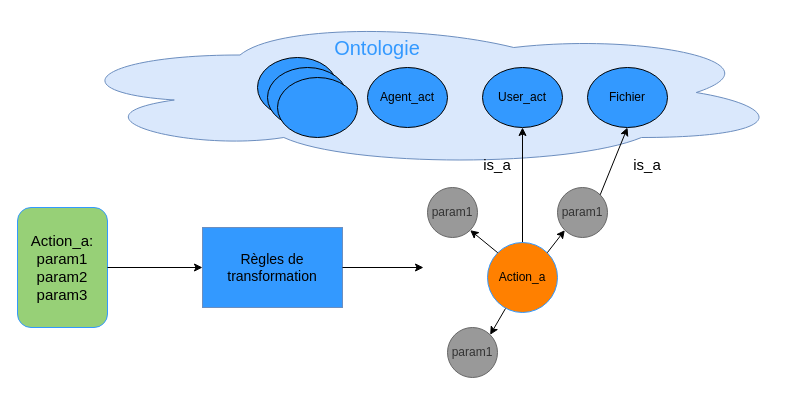
This is images/Conception/DM/abstract_onto.drawio from Wissben/Master-Thesis, a draw.io file, before an edit. Source tidied: cells renumbered, new cells numbered last; positions are measured from the earlier drawing's top-left corner, leaving out a move shared by most shapes. Both pictures are drawn from the tidied source at 100%, with x=0, y=0 at pixel (17, 17).
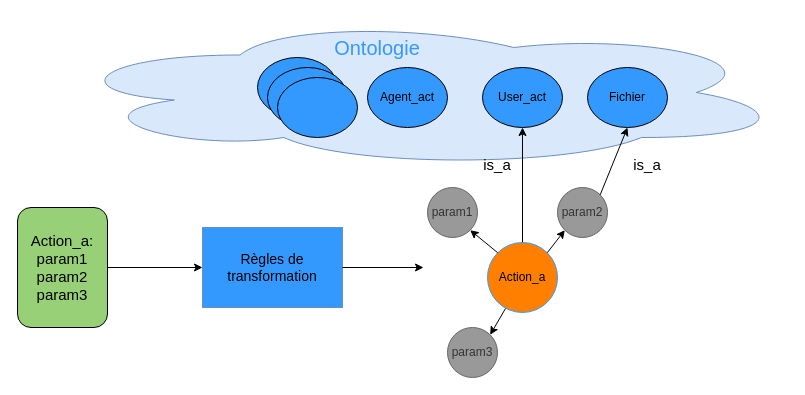
After the change.

Diff of the diagram source:
```diff
@@
-    <mxCell id="4" value="&lt;div&gt;&lt;font style=&quot;font-size: 15px&quot;&gt;Action_a:&lt;/font&gt;&lt;/div&gt;&lt;div&gt;&lt;font style=&quot;font-size: 15px&quot;&gt;param1&lt;/font&gt;&lt;/div&gt;&lt;div&gt;&lt;font style=&quot;font-size: 15px&quot;&gt;param2&lt;/font&gt;&lt;/div&gt;&lt;div&gt;&lt;font style=&quot;font-size: 15px&quot;&gt;param3&lt;/font&gt;&lt;/div&gt;" style="rounded=1;whiteSpace=wrap;html=1;fillColor=#97D077;strokeColor=#3399FF;" parent="1" vertex="1">
+    <mxCell id="4" value="&lt;div&gt;&lt;font style=&quot;font-size: 15px&quot;&gt;Action_a:&lt;/font&gt;&lt;/div&gt;&lt;div&gt;&lt;font style=&quot;font-size: 15px&quot;&gt;param1&lt;/font&gt;&lt;/div&gt;&lt;div&gt;&lt;font style=&quot;font-size: 15px&quot;&gt;param2&lt;/font&gt;&lt;/div&gt;&lt;div&gt;&lt;font style=&quot;font-size: 15px&quot;&gt;param3&lt;/font&gt;&lt;/div&gt;" style="rounded=1;whiteSpace=wrap;html=1;fillColor=#97D077;strokeColor=#000000;" parent="1" vertex="1">
       <mxGeometry y="190" width="90" height="120" as="geometry" />
     </mxCell>
@@
-    <mxCell id="10" value="param1" style="ellipse;whiteSpace=wrap;html=1;strokeColor=#666666;fillColor=#999999;fontColor=#333333;" parent="1" vertex="1">
+    <mxCell id="10" value="param2" style="ellipse;whiteSpace=wrap;html=1;strokeColor=#666666;fillColor=#999999;fontColor=#333333;" parent="1" vertex="1">
       <mxGeometry x="540" y="170" width="50" height="50" as="geometry" />
     </mxCell>
-    <mxCell id="11" value="param1" style="ellipse;whiteSpace=wrap;html=1;strokeColor=#666666;fillColor=#999999;fontColor=#333333;" parent="1" vertex="1">
+    <mxCell id="11" value="param3" style="ellipse;whiteSpace=wrap;html=1;strokeColor=#666666;fillColor=#999999;fontColor=#333333;" parent="1" vertex="1">
       <mxGeometry x="430" y="310" width="50" height="50" as="geometry" />
     </mxCell>
```
